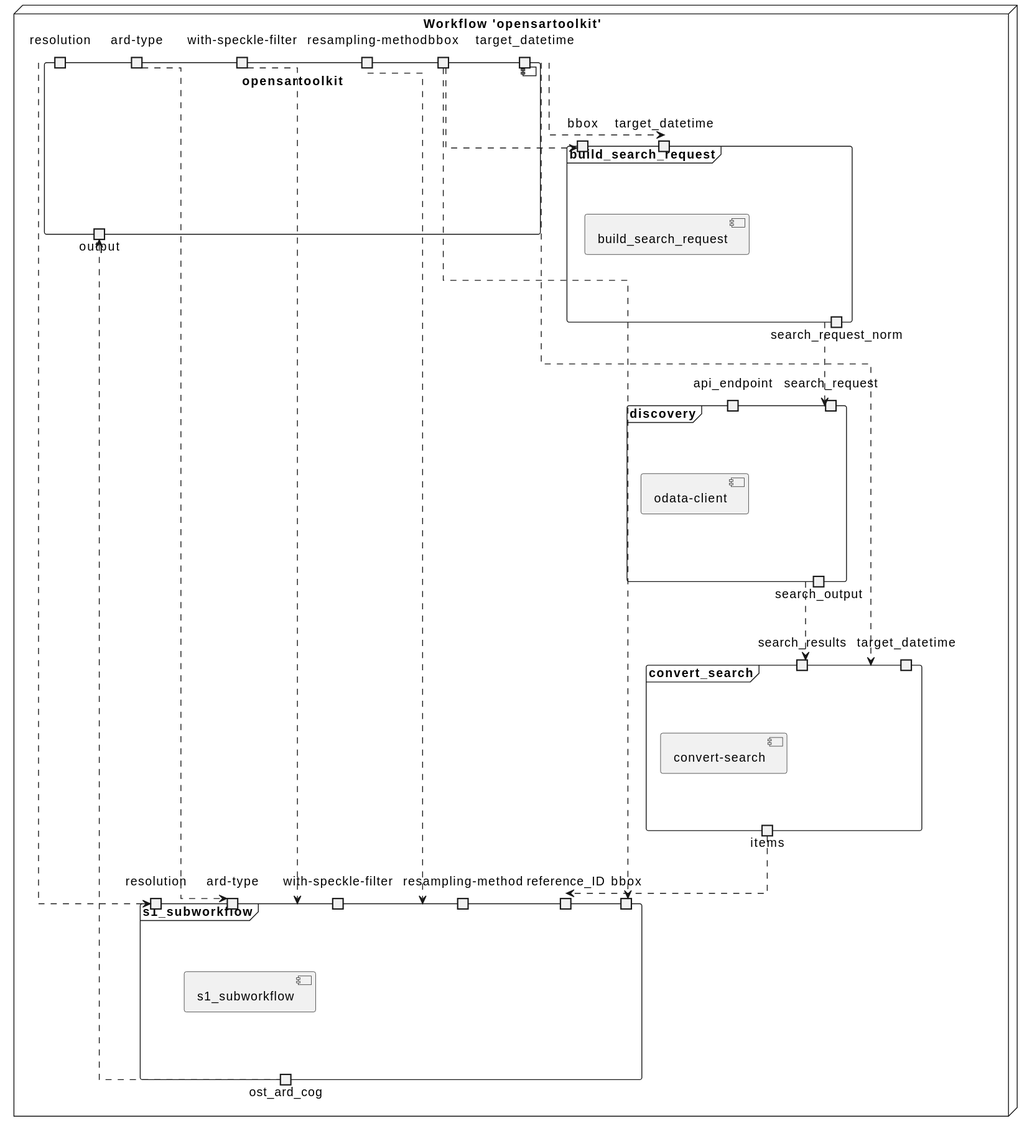
The PlantUML diagram docs/opensartoolkit/component.svg in Terradue/eoap-open-sar-toolkit, before a commit.
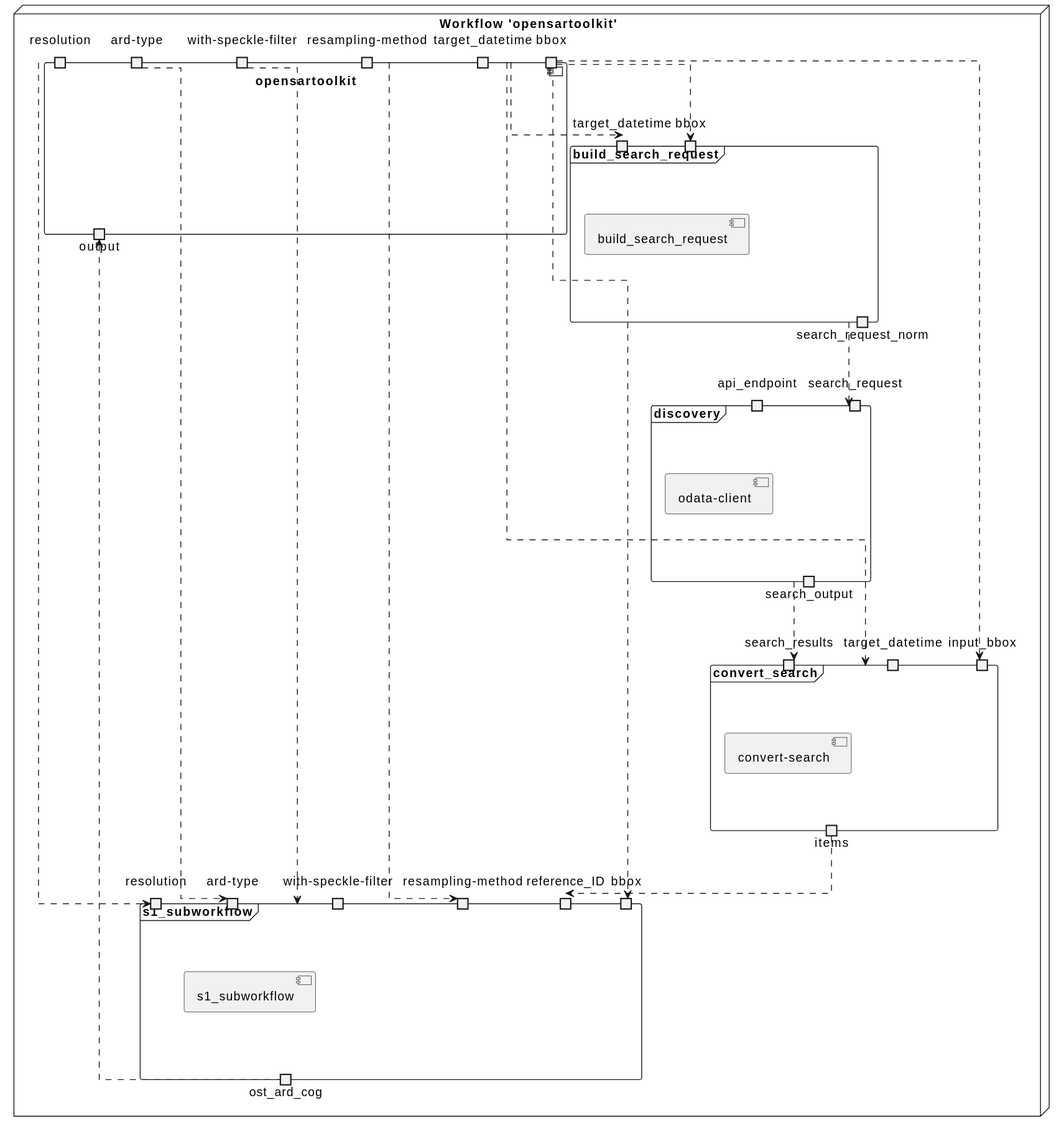
After the change.

What changed in the source:
```diff
@@ -92,6 +92,14 @@
 
 
 
+        portin "input_bbox" as opensartoolkit_convert_search_input_bbox
+
+
+
+        opensartoolkit_bbox .down.> opensartoolkit_convert_search_input_bbox
+
+
+
 
 
         portout "items" as opensartoolkit_convert_search_items
```
